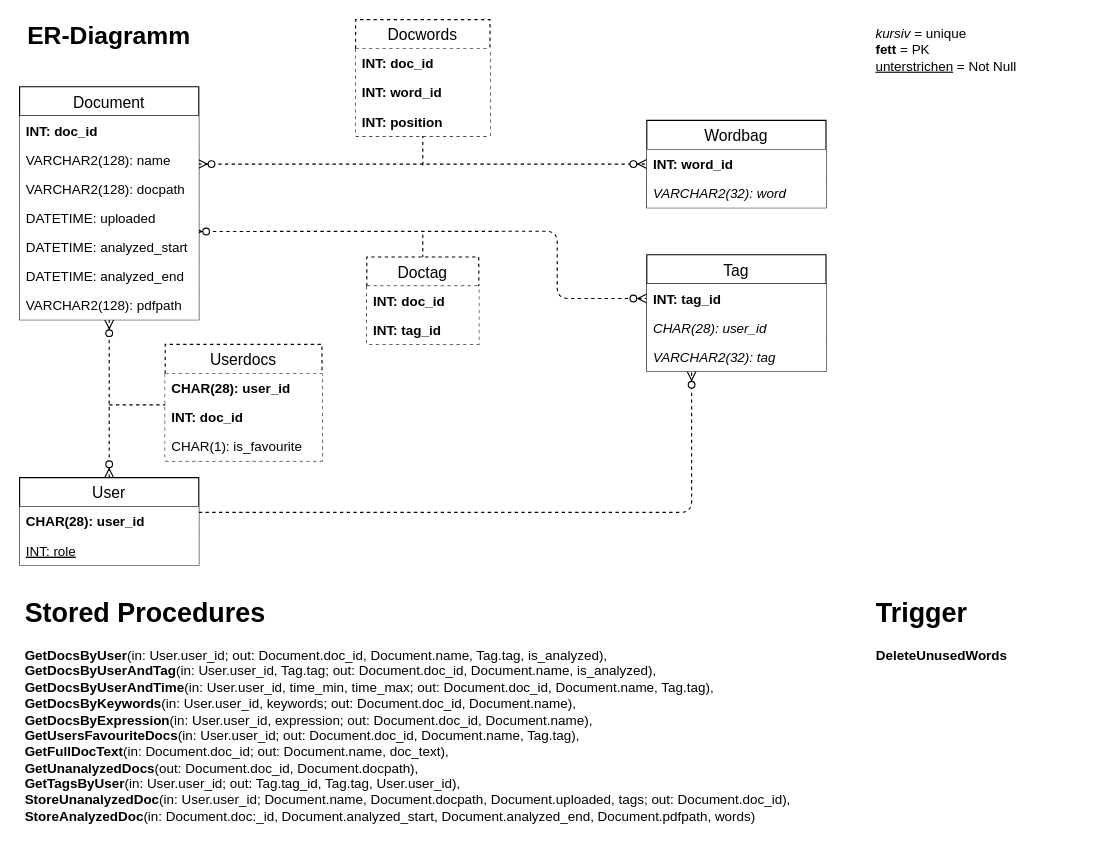
Above: page "ER-Diagramm" (3 of 3) of docs/Overview/resources/Diagramme/doc-ver_Diagramme.drawio in doc-ver/Doku (draw.io), before the change. Source tidied: cells renumbered, new cells numbered last; positions are measured from the earlier drawing's top-left corner, leaving out a move shared by most shapes. Both pictures are drawn from the tidied source at 112%, with x=0, y=0 at pixel (19, 19).
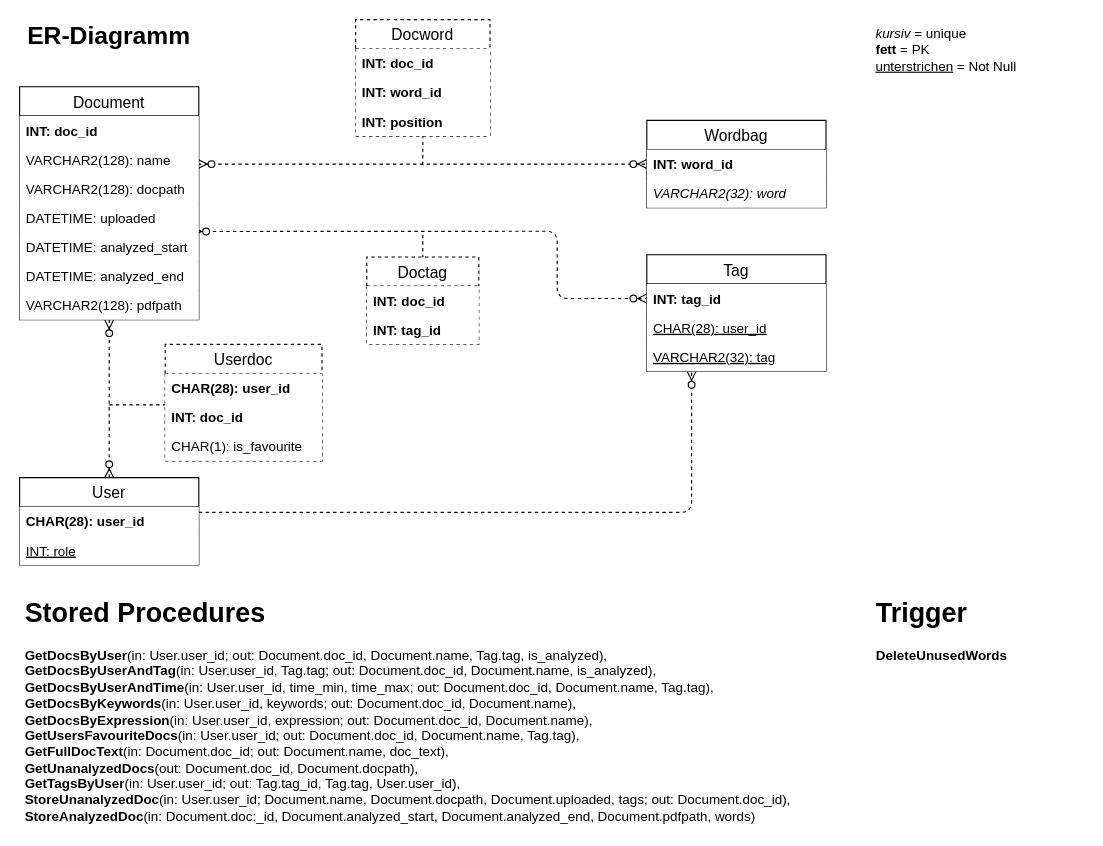
After the change.

Commit message (it also covers changes not shown here):
Fehler in ER-Diagramm korrigiert

Unchanged cells that the change refers to:
```xml
<mxCell id="38" value="Tag" style="swimlane;fontStyle=0;horizontal=1;startSize=26;align=center;fontSize=14;swimlaneLine=1;glass=0;" parent="1" vertex="1">
  <mxGeometry x="560" y="210" width="160" height="104" as="geometry" />
</mxCell>
```

The edit, as a diff of the source:
```diff
@@
-    <mxCell id="19" value="Userdocs" style="swimlane;fontStyle=0;horizontal=1;startSize=26;align=center;fontSize=14;swimlaneLine=1;glass=0;dashed=1;" parent="1" vertex="1">
+    <mxCell id="19" value="Userdoc" style="swimlane;fontStyle=0;horizontal=1;startSize=26;align=center;fontSize=14;swimlaneLine=1;glass=0;dashed=1;" parent="1" vertex="1">
       <mxGeometry x="130" y="290" width="140" height="104" as="geometry" />
     </mxCell>
@@
-    <mxCell id="34" value="Docwords" style="swimlane;fontStyle=0;horizontal=1;startSize=26;align=center;fontSize=14;swimlaneLine=1;glass=0;dashed=1;" parent="1" vertex="1">
+    <mxCell id="34" value="Docword" style="swimlane;fontStyle=0;horizontal=1;startSize=26;align=center;fontSize=14;swimlaneLine=1;glass=0;dashed=1;" parent="1" vertex="1">
       <mxGeometry x="300" width="120" height="104" as="geometry" />
     </mxCell>
@@
-    <mxCell id="40" value="CHAR(28): user_id" style="text;spacingLeft=4;spacingRight=4;overflow=hidden;fontSize=12;fontStyle=2;fillColor=#ffffff;" parent="38" vertex="1">
+    <mxCell id="40" value="CHAR(28): user_id" style="text;spacingLeft=4;spacingRight=4;overflow=hidden;fontSize=12;fontStyle=4;fillColor=#ffffff;" parent="38" vertex="1">
       <mxGeometry y="52" width="160" height="26" as="geometry" />
     </mxCell>
-    <mxCell id="41" value="VARCHAR2(32): tag" style="text;strokeColor=none;fillColor=#ffffff;spacingLeft=4;spacingRight=4;overflow=hidden;fontSize=12;fontStyle=2;" parent="38" vertex="1">
+    <mxCell id="41" value="VARCHAR2(32): tag" style="text;strokeColor=none;fillColor=#ffffff;spacingLeft=4;spacingRight=4;overflow=hidden;fontSize=12;fontStyle=4;" parent="38" vertex="1">
       <mxGeometry y="78" width="160" height="26" as="geometry" />
     </mxCell>
```
